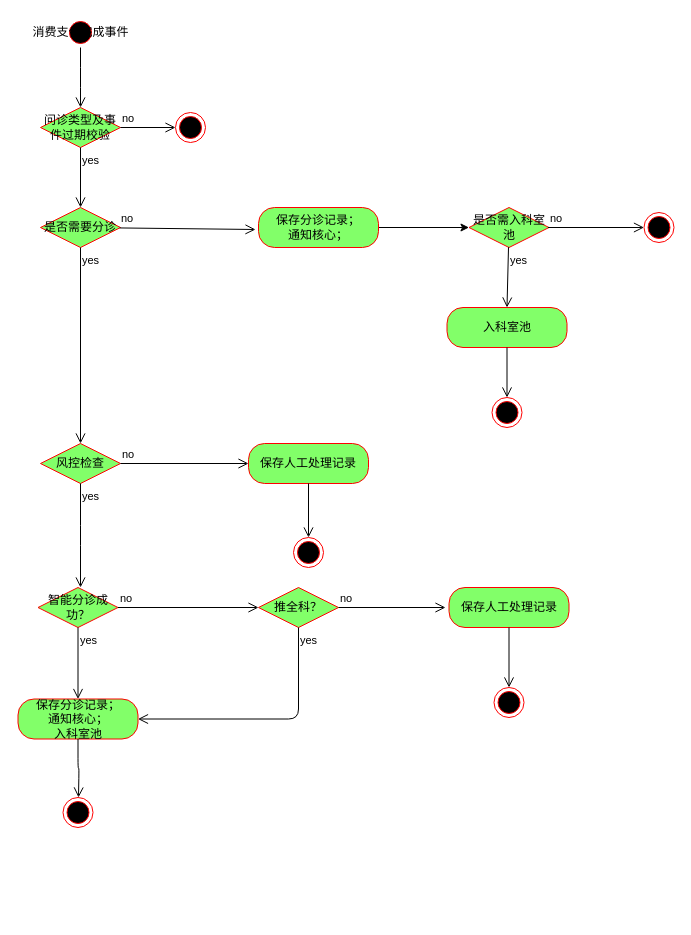
The draw.io diagram drawio/work/分诊流程.drawio in zhk0377/scalpel, before the edit. Source tidied: cells renumbered, new cells numbered last; positions are measured from the earlier drawing's top-left corner, leaving out a move shared by most shapes. Both pictures are drawn from the tidied source at 100%, with x=0, y=0 at pixel (17, 17).
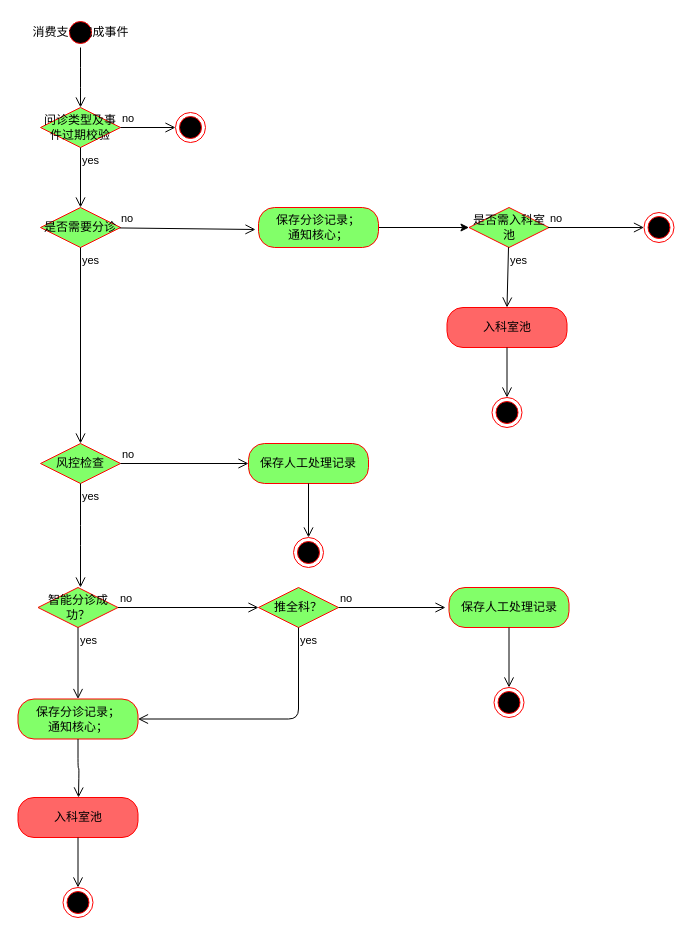
The same page after the edit.

Commit message:
更新分诊流程.drawio

What changed in the source:
```diff
@@
-    <mxCell id="17" value="入科室池" style="rounded=1;whiteSpace=wrap;html=1;arcSize=40;fontColor=#000000;fillColor=#82FF69;strokeColor=#ff0000;" parent="1" vertex="1">
+    <mxCell id="17" value="入科室池" style="rounded=1;whiteSpace=wrap;html=1;arcSize=40;fontColor=#000000;fillColor=#FF6666;strokeColor=#ff0000;" parent="1" vertex="1">
       <mxGeometry x="429.5" y="290" width="120" height="40" as="geometry" />
     </mxCell>
@@
-    <mxCell id="33" value="&lt;div&gt;保存分诊记录；&lt;/div&gt;&lt;div&gt;通知核心；&lt;/div&gt;&lt;div&gt;入科室池&lt;/div&gt;" style="rounded=1;whiteSpace=wrap;html=1;arcSize=40;fontColor=#000000;fillColor=#82FF69;strokeColor=#ff0000;" parent="1" vertex="1">
+    <mxCell id="33" value="&lt;div&gt;保存分诊记录；&lt;/div&gt;&lt;div&gt;通知核心；&lt;/div&gt;" style="rounded=1;whiteSpace=wrap;html=1;arcSize=40;fontColor=#000000;fillColor=#82FF69;strokeColor=#ff0000;" parent="1" vertex="1">
       <mxGeometry x="0.5" y="681.5" width="120" height="40" as="geometry" />
     </mxCell>
@@
-    <mxCell id="35" style="ellipse;html=1;shape=endState;fillColor=#000000;strokeColor=#ff0000;" parent="1" vertex="1">
-      <mxGeometry x="45.5" y="780" width="30" height="30" as="geometry" />
-    </mxCell>
@@
+    <mxCell id="39" value="入科室池" style="rounded=1;whiteSpace=wrap;html=1;arcSize=40;fontColor=#000000;fillColor=#FF6666;strokeColor=#ff0000;" parent="1" vertex="1">
+      <mxGeometry x="0.5" y="780" width="120" height="40" as="geometry" />
+    </mxCell>
+    <mxCell id="40" style="edgeStyle=orthogonalEdgeStyle;html=1;verticalAlign=bottom;endArrow=open;endSize=8;strokeColor=#000000;entryX=0.5;entryY=0;entryDx=0;entryDy=0;" parent="1" edge="1" source="39" target="41">
+      <mxGeometry relative="1" as="geometry" />
+    </mxCell>
+    <mxCell id="41" style="ellipse;html=1;shape=endState;fillColor=#000000;strokeColor=#ff0000;" parent="1" vertex="1">
+      <mxGeometry x="45.5" y="870" width="30" height="30" as="geometry" />
+    </mxCell>
+    <mxCell id="42" style="edgeStyle=none;rounded=0;orthogonalLoop=1;jettySize=auto;html=1;exitX=0.25;exitY=0;exitDx=0;exitDy=0;" parent="1" edge="1" source="39" target="39">
+      <mxGeometry relative="1" as="geometry" />
+    </mxCell>
```
